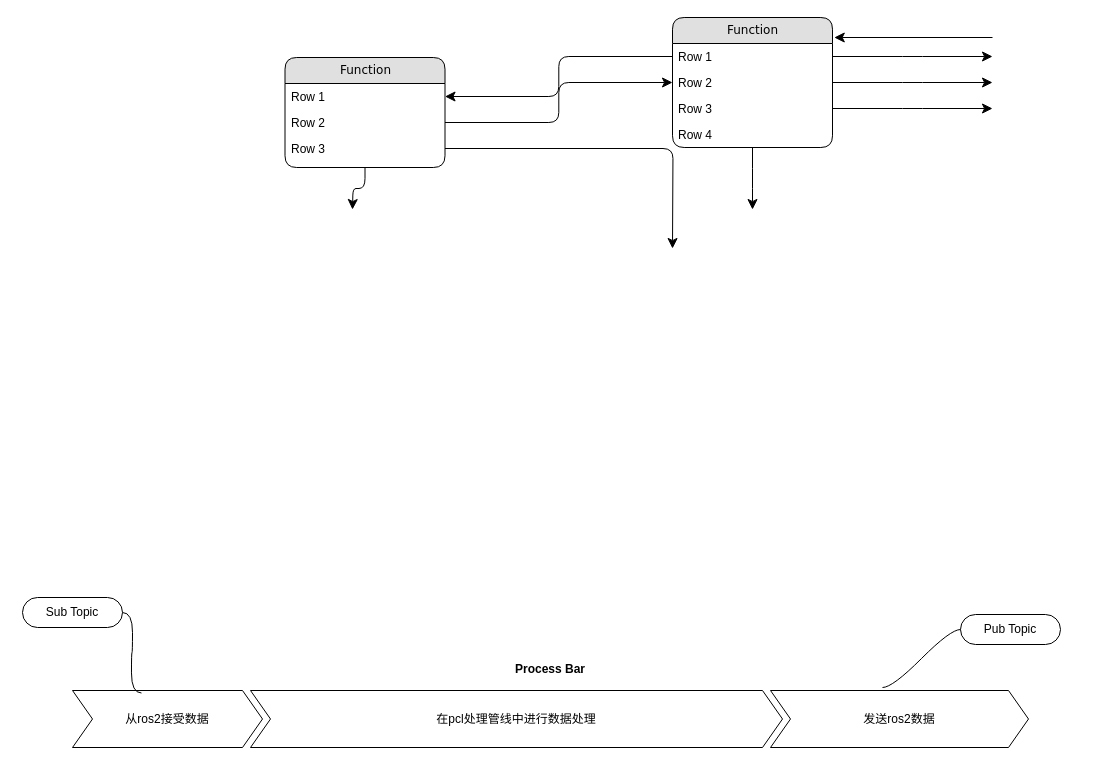
Elaina-rascal/drawing keeps this draw.io diagram as 未命名绘图.drawio. Above is the earlier version. Source tidied: cells renumbered, new cells numbered last; positions are measured from the earlier drawing's top-left corner, leaving out a move shared by most shapes. Both pictures are drawn from the tidied source at 100%, with x=0, y=0 at pixel (22, 17).
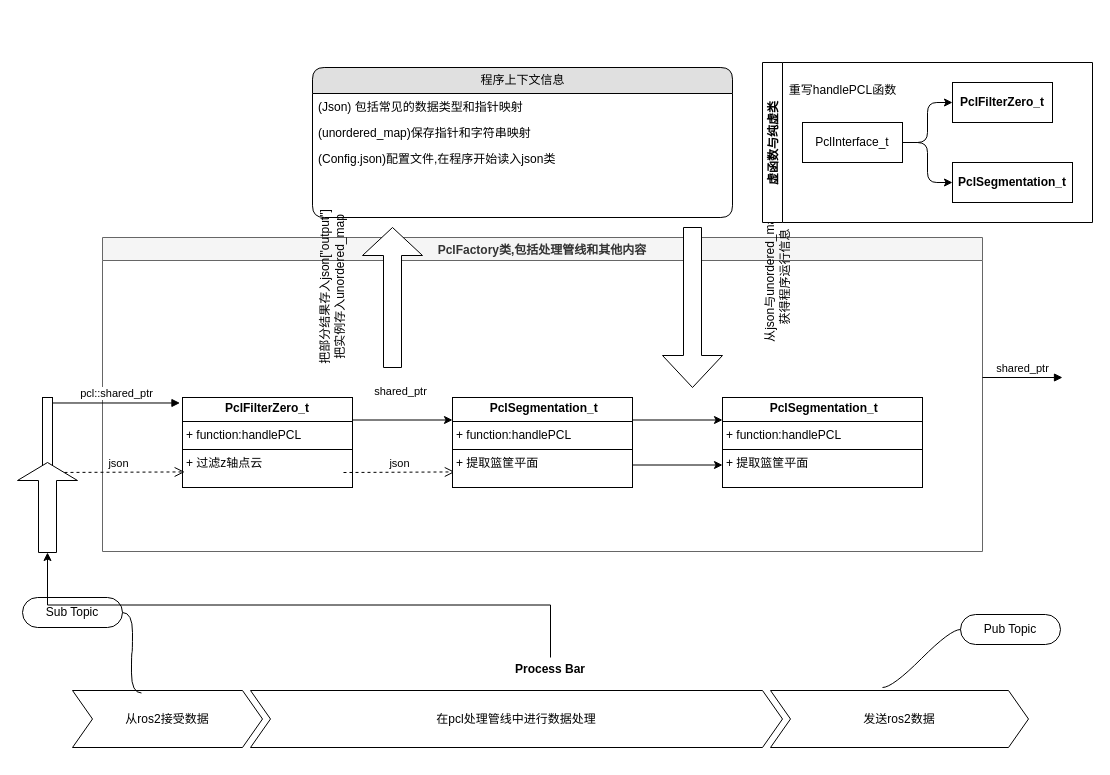
After the change.

Unchanged cells that the change refers to:
```xml
<mxCell id="20" value="Process Bar" style="swimlane;horizontal=1;fillColor=none;strokeColor=none;stackBorder=10;align=center;points=[];whiteSpace=wrap;html=1;" parent="1" vertex="1">
  <mxGeometry x="40" y="640" width="976" height="100" as="geometry" />
</mxCell>
```

What changed in the source:
```diff
@@
-    <mxCell id="2" value="Function" style="swimlane;html=1;fontStyle=0;horizontal=1;startSize=26;fillColor=#e0e0e0;swimlaneFillColor=#ffffff;align=center;rounded=1;shadow=0;comic=0;labelBackgroundColor=none;strokeWidth=1;fontFamily=Verdana;fontSize=12;" parent="1" vertex="1">
-      <mxGeometry x="262.5" y="40" width="160" height="110" as="geometry" />
-    </mxCell>
-    <mxCell id="3" value="Row 1" style="text;html=1;strokeColor=none;fillColor=none;spacingLeft=4;spacingRight=4;whiteSpace=wrap;overflow=hidden;points=[[0,0.5],[1,0.5]];portConstraint=eastwest;" parent="2" vertex="1">
-      <mxGeometry y="26" width="160" height="26" as="geometry" />
-    </mxCell>
-    <mxCell id="4" value="Row 2" style="text;html=1;strokeColor=none;fillColor=none;spacingLeft=4;spacingRight=4;whiteSpace=wrap;overflow=hidden;points=[[0,0.5],[1,0.5]];portConstraint=eastwest;" parent="2" vertex="1">
-      <mxGeometry y="52" width="160" height="26" as="geometry" />
-    </mxCell>
-    <mxCell id="5" value="Row 3" style="text;html=1;strokeColor=none;fillColor=none;spacingLeft=4;spacingRight=4;whiteSpace=wrap;overflow=hidden;points=[[0,0.5],[1,0.5]];portConstraint=eastwest;" parent="2" vertex="1">
-      <mxGeometry y="78" width="160" height="26" as="geometry" />
-    </mxCell>
-    <mxCell id="6" value="Function" style="swimlane;html=1;fontStyle=0;horizontal=1;startSize=26;fillColor=#e0e0e0;swimlaneFillColor=#ffffff;align=center;rounded=1;shadow=0;comic=0;labelBackgroundColor=none;strokeWidth=1;fontFamily=Verdana;fontSize=12;" parent="1" vertex="1">
-      <mxGeometry x="650" width="160" height="130" as="geometry" />
-    </mxCell>
-    <mxCell id="7" value="Row 1" style="text;html=1;strokeColor=none;fillColor=none;spacingLeft=4;spacingRight=4;whiteSpace=wrap;overflow=hidden;points=[[0,0.5],[1,0.5]];portConstraint=eastwest;" parent="6" vertex="1">
-      <mxGeometry y="26" width="160" height="26" as="geometry" />
-    </mxCell>
-    <mxCell id="8" value="Row 2" style="text;html=1;strokeColor=none;fillColor=none;spacingLeft=4;spacingRight=4;whiteSpace=wrap;overflow=hidden;points=[[0,0.5],[1,0.5]];portConstraint=eastwest;" parent="6" vertex="1">
-      <mxGeometry y="52" width="160" height="26" as="geometry" />
-    </mxCell>
-    <mxCell id="9" value="Row 3" style="text;html=1;strokeColor=none;fillColor=none;spacingLeft=4;spacingRight=4;whiteSpace=wrap;overflow=hidden;points=[[0,0.5],[1,0.5]];portConstraint=eastwest;" parent="6" vertex="1">
-      <mxGeometry y="78" width="160" height="26" as="geometry" />
-    </mxCell>
-    <mxCell id="10" value="Row 4" style="text;html=1;strokeColor=none;fillColor=none;spacingLeft=4;spacingRight=4;whiteSpace=wrap;overflow=hidden;" parent="6" vertex="1">
-      <mxGeometry y="104" width="160" height="26" as="geometry" />
-    </mxCell>
-    <mxCell id="11" style="edgeStyle=orthogonalEdgeStyle;html=1;labelBackgroundColor=none;startFill=0;startSize=8;endFill=1;endSize=8;fontFamily=Verdana;fontSize=12;" parent="1" edge="1" source="2">
-      <mxGeometry relative="1" as="geometry">
-        <mxPoint x="330" y="192" as="targetPoint" />
-      </mxGeometry>
-    </mxCell>
-    <mxCell id="12" style="edgeStyle=orthogonalEdgeStyle;html=1;labelBackgroundColor=none;startFill=0;startSize=8;endFill=1;endSize=8;fontFamily=Verdana;fontSize=12;" parent="1" edge="1" source="6">
-      <mxGeometry relative="1" as="geometry">
-        <mxPoint x="730" y="192" as="targetPoint" />
-      </mxGeometry>
-    </mxCell>
-    <mxCell id="13" style="edgeStyle=orthogonalEdgeStyle;html=1;entryX=0;entryY=0.5;labelBackgroundColor=none;startFill=0;startSize=8;endFill=1;endSize=8;fontFamily=Verdana;fontSize=12;exitX=1;exitY=0.5;" parent="1" edge="1" source="4" target="8">
-      <mxGeometry relative="1" as="geometry" />
-    </mxCell>
-    <mxCell id="14" style="edgeStyle=orthogonalEdgeStyle;html=1;exitX=0;exitY=0.5;entryX=1;entryY=0.5;labelBackgroundColor=none;startFill=0;startSize=8;endFill=1;endSize=8;fontFamily=Verdana;fontSize=12;" parent="1" edge="1" source="7" target="3">
-      <mxGeometry relative="1" as="geometry" />
-    </mxCell>
-    <mxCell id="15" style="edgeStyle=orthogonalEdgeStyle;html=1;exitX=1;exitY=0.5;entryX=0;entryY=0.5;labelBackgroundColor=none;startFill=0;startSize=8;endFill=1;endSize=8;fontFamily=Verdana;fontSize=12;" parent="1" edge="1" source="5">
-      <mxGeometry relative="1" as="geometry">
-        <mxPoint x="650" y="231" as="targetPoint" />
-      </mxGeometry>
-    </mxCell>
-    <mxCell id="16" style="edgeStyle=orthogonalEdgeStyle;html=1;exitX=1;exitY=0.5;labelBackgroundColor=none;startFill=0;startSize=8;endFill=1;endSize=8;fontFamily=Verdana;fontSize=12;" parent="1" edge="1" source="7">
-      <mxGeometry relative="1" as="geometry">
-        <mxPoint x="970" y="39" as="targetPoint" />
-      </mxGeometry>
-    </mxCell>
-    <mxCell id="17" style="edgeStyle=orthogonalEdgeStyle;html=1;exitX=1;exitY=0.5;labelBackgroundColor=none;startFill=0;startSize=8;endFill=1;endSize=8;fontFamily=Verdana;fontSize=12;" parent="1" edge="1" source="8">
-      <mxGeometry relative="1" as="geometry">
-        <mxPoint x="970" y="65" as="targetPoint" />
-      </mxGeometry>
-    </mxCell>
-    <mxCell id="18" style="edgeStyle=orthogonalEdgeStyle;html=1;exitX=1;exitY=0.5;labelBackgroundColor=none;startFill=0;startSize=8;endFill=1;endSize=8;fontFamily=Verdana;fontSize=12;" parent="1" edge="1" source="9">
-      <mxGeometry relative="1" as="geometry">
-        <mxPoint x="970" y="91" as="targetPoint" />
-      </mxGeometry>
-    </mxCell>
-    <mxCell id="19" style="edgeStyle=elbowEdgeStyle;html=1;labelBackgroundColor=none;startFill=0;startSize=8;endFill=1;endSize=8;fontFamily=Verdana;fontSize=12;elbow=vertical;entryX=1.011;entryY=0.152;entryPerimeter=0;" parent="1" edge="1" target="6">
-      <mxGeometry relative="1" as="geometry">
-        <mxPoint x="970" y="20" as="sourcePoint" />
-        <Array as="points">
-          <mxPoint x="900" y="20" />
-        </Array>
-      </mxGeometry>
-    </mxCell>
@@
+    <mxCell id="28" value="PclFactory类,包括处理管线和其他内容" style="swimlane;fillColor=#f5f5f5;fontColor=#333333;strokeColor=#666666;" parent="1" vertex="1">
+      <mxGeometry x="80" y="220" width="880" height="314" as="geometry" />
+    </mxCell>
+    <mxCell id="29" style="shape=singleArrow;direction=south;whiteSpace=wrap;html=1;" parent="28" vertex="1">
+      <mxGeometry x="560" y="-10" width="60" height="160" as="geometry" />
+    </mxCell>
+    <mxCell id="30" style="shape=singleArrow;direction=north;whiteSpace=wrap;html=1;" parent="28" vertex="1">
+      <mxGeometry x="260" y="-10" width="60" height="140" as="geometry" />
+    </mxCell>
+    <mxCell id="31" value="&lt;p style=&quot;margin:0px;margin-top:4px;text-align:center;&quot;&gt;&lt;b&gt;PclFilterZero_t&lt;/b&gt;&lt;br&gt;&lt;/p&gt;&lt;hr size=&quot;1&quot; style=&quot;border-style:solid;&quot;&gt;&lt;p style=&quot;margin:0px;margin-left:4px;&quot;&gt;+ function:handlePCL&lt;/p&gt;&lt;hr size=&quot;1&quot; style=&quot;border-style:solid;&quot;&gt;&lt;p style=&quot;margin:0px;margin-left:4px;&quot;&gt;+ 过滤z轴点云&lt;/p&gt;" style="verticalAlign=top;align=left;overflow=fill;html=1;whiteSpace=wrap;" parent="28" vertex="1">
+      <mxGeometry x="80" y="160" width="170" height="90" as="geometry" />
+    </mxCell>
+    <mxCell id="32" value="json" style="html=1;verticalAlign=bottom;endArrow=open;dashed=1;endSize=8;curved=0;rounded=0;entryX=0.013;entryY=0.827;entryDx=0;entryDy=0;entryPerimeter=0;" parent="28" edge="1" target="33">
+      <mxGeometry relative="1" as="geometry">
+        <mxPoint x="241" y="235" as="sourcePoint" />
+      </mxGeometry>
+    </mxCell>
+    <mxCell id="33" value="&lt;p style=&quot;margin:0px;margin-top:4px;text-align:center;&quot;&gt;&lt;b&gt;&amp;nbsp;PclSegmentation_t&lt;/b&gt;&lt;br&gt;&lt;/p&gt;&lt;hr size=&quot;1&quot; style=&quot;border-style:solid;&quot;&gt;&lt;p style=&quot;margin:0px;margin-left:4px;&quot;&gt;+ function:handlePCL&lt;/p&gt;&lt;hr size=&quot;1&quot; style=&quot;border-style:solid;&quot;&gt;&lt;p style=&quot;margin:0px;margin-left:4px;&quot;&gt;+ 提取篮筐平面&lt;/p&gt;" style="verticalAlign=top;align=left;overflow=fill;html=1;whiteSpace=wrap;" parent="28" vertex="1">
+      <mxGeometry x="350" y="160" width="180" height="90" as="geometry" />
+    </mxCell>
+    <mxCell id="34" style="edgeStyle=orthogonalEdgeStyle;rounded=0;jettySize=auto;html=1;exitX=1;exitY=0.25;exitDx=0;exitDy=0;entryX=0;entryY=0.25;entryDx=0;entryDy=0;" parent="28" edge="1" source="31" target="33">
+      <mxGeometry relative="1" as="geometry" />
+    </mxCell>
+    <mxCell id="35" value="shared_ptr&lt;div&gt;&lt;br&gt;&lt;/div&gt;" style="edgeLabel;html=1;align=center;verticalAlign=middle;" parent="34" vertex="1">
+      <mxGeometry x="-0.07" y="4" relative="1" as="geometry">
+        <mxPoint y="-18" as="offset" />
+      </mxGeometry>
+    </mxCell>
+    <mxCell id="36" style="edgeStyle=orthogonalEdgeStyle;rounded=0;jettySize=auto;html=1;exitX=1;exitY=0.25;exitDx=0;exitDy=0;entryX=0;entryY=0.25;entryDx=0;entryDy=0;" parent="28" edge="1" source="33" target="42">
+      <mxGeometry relative="1" as="geometry" />
+    </mxCell>
+    <mxCell id="37" style="edgeStyle=orthogonalEdgeStyle;rounded=0;jettySize=auto;html=1;exitX=1;exitY=0.75;exitDx=0;exitDy=0;entryX=0;entryY=0.75;entryDx=0;entryDy=0;" parent="28" edge="1" source="33" target="42">
+      <mxGeometry relative="1" as="geometry" />
+    </mxCell>
+    <mxCell id="38" style="edgeStyle=orthogonalEdgeStyle;rounded=0;orthogonalLoop=1;jettySize=auto;html=1;exitX=0.5;exitY=1;exitDx=0;exitDy=0;" parent="28" edge="1" source="33" target="33">
+      <mxGeometry relative="1" as="geometry" />
+    </mxCell>
+    <mxCell id="39" style="html=1;points=[[0,0,0,0,5],[0,1,0,0,-5],[1,0,0,0,5],[1,1,0,0,-5]];perimeter=orthogonalPerimeter;outlineConnect=0;targetShapes=umlLifeline;portConstraint=eastwest;newEdgeStyle={&quot;curved&quot;:0,&quot;rounded&quot;:0};" parent="28" vertex="1">
+      <mxGeometry x="-60" y="160" width="10" height="80" as="geometry" />
+    </mxCell>
+    <mxCell id="40" value="pcl::shared_ptr" style="html=1;verticalAlign=bottom;endArrow=block;curved=0;rounded=0;entryX=-0.015;entryY=0.061;entryDx=0;entryDy=0;entryPerimeter=0;" parent="28" edge="1" source="39" target="31">
+      <mxGeometry relative="1" as="geometry" />
+    </mxCell>
+    <mxCell id="41" value="json" style="html=1;verticalAlign=bottom;endArrow=open;dashed=1;endSize=8;curved=0;rounded=0;exitX=1;exitY=1;exitDx=0;exitDy=-5;entryX=0.013;entryY=0.827;entryDx=0;entryDy=0;entryPerimeter=0;" parent="28" edge="1" source="39" target="31">
+      <mxGeometry relative="1" as="geometry" />
+    </mxCell>
+    <mxCell id="42" value="&lt;p style=&quot;margin:0px;margin-top:4px;text-align:center;&quot;&gt;&lt;b&gt;&amp;nbsp;PclSegmentation_t&lt;/b&gt;&lt;br&gt;&lt;/p&gt;&lt;hr size=&quot;1&quot; style=&quot;border-style:solid;&quot;&gt;&lt;p style=&quot;margin:0px;margin-left:4px;&quot;&gt;+ function:handlePCL&lt;/p&gt;&lt;hr size=&quot;1&quot; style=&quot;border-style:solid;&quot;&gt;&lt;p style=&quot;margin:0px;margin-left:4px;&quot;&gt;+ 提取篮筐平面&lt;/p&gt;" style="verticalAlign=top;align=left;overflow=fill;html=1;whiteSpace=wrap;" parent="28" vertex="1">
+      <mxGeometry x="620" y="160" width="200" height="90" as="geometry" />
+    </mxCell>
+    <mxCell id="43" value="从json与unordered_map&lt;div&gt;获得程序运行信息&lt;/div&gt;" style="text;html=1;align=center;verticalAlign=middle;strokeColor=none;fillColor=none;rotation=-90;" parent="28" vertex="1">
+      <mxGeometry x="600" y="20" width="150" height="40" as="geometry" />
+    </mxCell>
+    <mxCell id="44" style="shape=singleArrow;direction=west;whiteSpace=wrap;html=1;rotation=90;" parent="1" vertex="1">
+      <mxGeometry x="-20" y="460" width="90" height="60" as="geometry" />
+    </mxCell>
+    <mxCell id="45" style="edgeStyle=orthogonalEdgeStyle;rounded=0;jettySize=auto;html=1;entryX=0;entryY=0.5;entryDx=0;entryDy=0;entryPerimeter=0;" parent="1" edge="1" source="20" target="44">
+      <mxGeometry relative="1" as="geometry" />
+    </mxCell>
+    <mxCell id="46" value="shared_ptr" style="html=1;verticalAlign=bottom;endArrow=block;curved=0;rounded=0;" parent="1" edge="1">
+      <mxGeometry relative="1" as="geometry">
+        <mxPoint x="960" y="360" as="sourcePoint" />
+        <mxPoint x="1040" y="360" as="targetPoint" />
+      </mxGeometry>
+    </mxCell>
+    <mxCell id="47" value="程序上下文信息" style="swimlane;html=1;fontStyle=0;horizontal=1;startSize=26;fillColor=#e0e0e0;swimlaneFillColor=#ffffff;align=center;rounded=1;shadow=0;comic=0;labelBackgroundColor=none;strokeWidth=1;fontFamily=Verdana;fontSize=12;" parent="1" vertex="1">
+      <mxGeometry x="290" y="50" width="420" height="150" as="geometry" />
+    </mxCell>
+    <mxCell id="48" value="(Json) 包括常见的数据类型和指针映射" style="text;html=1;strokeColor=none;fillColor=none;spacingLeft=4;spacingRight=4;whiteSpace=wrap;overflow=hidden;" parent="47" vertex="1">
+      <mxGeometry y="26" width="420" height="26" as="geometry" />
+    </mxCell>
+    <mxCell id="49" value="(unordered_map)保存指针和字符串映射" style="text;html=1;strokeColor=none;fillColor=none;spacingLeft=4;spacingRight=4;whiteSpace=wrap;overflow=hidden;" parent="47" vertex="1">
+      <mxGeometry y="52" width="420" height="26" as="geometry" />
+    </mxCell>
+    <mxCell id="50" value="(Config.json)配置文件,在程序开始读入json类" style="text;html=1;strokeColor=none;fillColor=none;spacingLeft=4;spacingRight=4;whiteSpace=wrap;overflow=hidden;" parent="47" vertex="1">
+      <mxGeometry y="78" width="420" height="26" as="geometry" />
+    </mxCell>
+    <mxCell id="51" value="把部分结果存入json[&quot;output&quot;]&lt;div&gt;把实例存入unordered_map&lt;/div&gt;" style="text;html=1;align=center;verticalAlign=middle;strokeColor=none;fillColor=none;rotation=-90;" parent="1" vertex="1">
+      <mxGeometry x="220" y="250" width="180" height="40" as="geometry" />
+    </mxCell>
+    <mxCell id="52" value="虚函数与纯虚类" style="swimlane;startSize=20;horizontal=0;horizontalTree=1;sortEdges=1;containerType=tree;fontSize=12;" parent="1" vertex="1">
+      <mxGeometry x="740" y="45" width="330" height="160" as="geometry" />
+    </mxCell>
+    <mxCell id="53" value="PclInterface_t" style="whiteSpace=wrap;html=1;" parent="52" vertex="1">
+      <mxGeometry x="40" y="60" width="100" height="40" as="geometry" />
+    </mxCell>
+    <mxCell id="54" value="&lt;b&gt;PclFilterZero_t&lt;/b&gt;" style="whiteSpace=wrap;html=1;" parent="52" vertex="1">
+      <mxGeometry x="190" y="20" width="100" height="40" as="geometry" />
+    </mxCell>
+    <mxCell id="55" style="edgeStyle=elbowEdgeStyle;elbow=horizontal;html=1;rounded=1;curved=0;sourcePerimeterSpacing=0;targetPerimeterSpacing=0;startSize=6;endSize=6;" parent="52" edge="1" source="53" target="54">
+      <mxGeometry relative="1" as="geometry" />
+    </mxCell>
+    <mxCell id="56" value="&lt;b&gt;PclSegmentation_t&lt;/b&gt;" style="whiteSpace=wrap;html=1;" parent="52" vertex="1">
+      <mxGeometry x="190" y="100" width="120" height="40" as="geometry" />
+    </mxCell>
+    <mxCell id="57" style="edgeStyle=elbowEdgeStyle;elbow=horizontal;html=1;rounded=1;curved=0;sourcePerimeterSpacing=0;targetPerimeterSpacing=0;startSize=6;endSize=6;" parent="52" edge="1" source="53" target="56">
+      <mxGeometry relative="1" as="geometry" />
+    </mxCell>
+    <mxCell id="58" value="重写handlePCL函数" style="text;html=1;align=center;verticalAlign=middle;strokeColor=none;fillColor=none;" parent="1" vertex="1">
+      <mxGeometry x="755" y="58" width="130" height="30" as="geometry" />
+    </mxCell>
```
